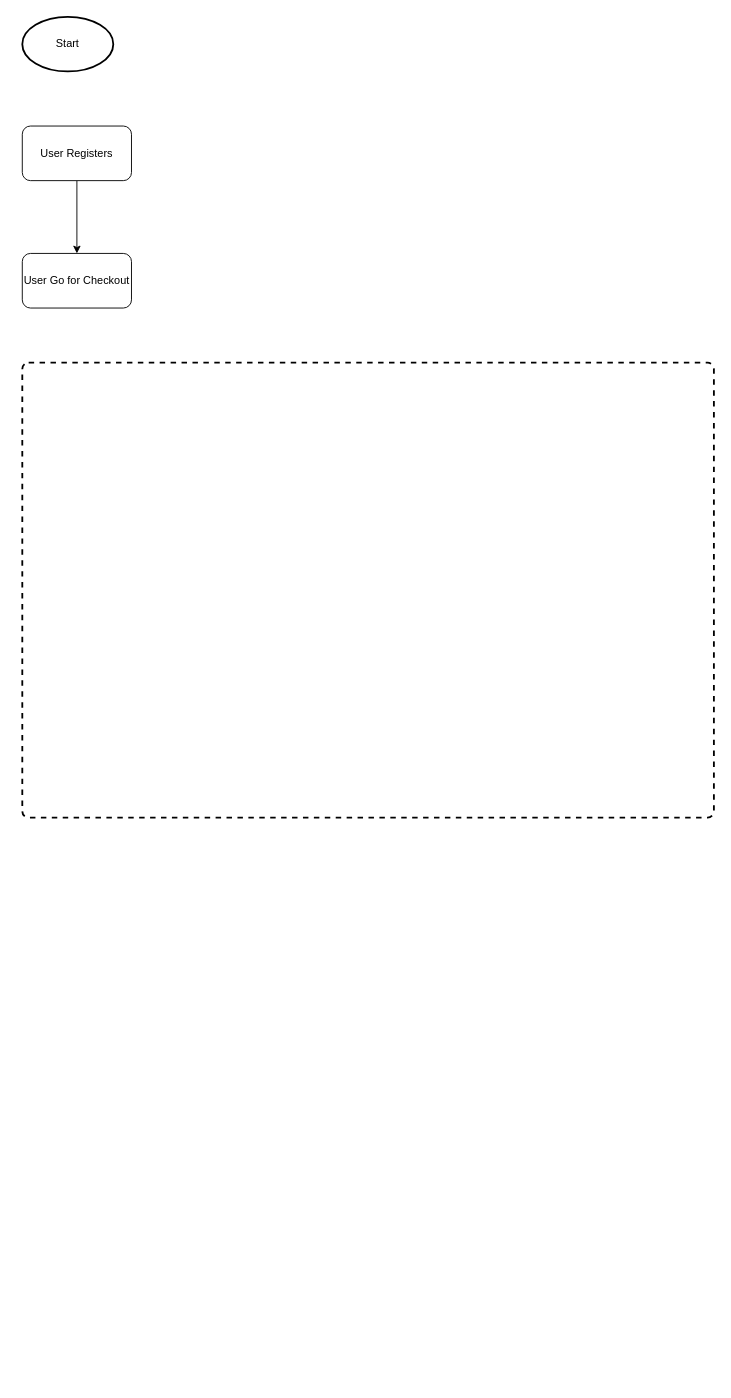
Earlier version of the draw.io diagram lockr-web-xero-api-flow.drawio (gulbitz/diagrams.net). Source tidied: cells renumbered, new cells numbered last; positions are measured from the earlier drawing's top-left corner, leaving out a move shared by most shapes. Both pictures are drawn from the tidied source at 91%, with x=0, y=0 at pixel (22, 16).
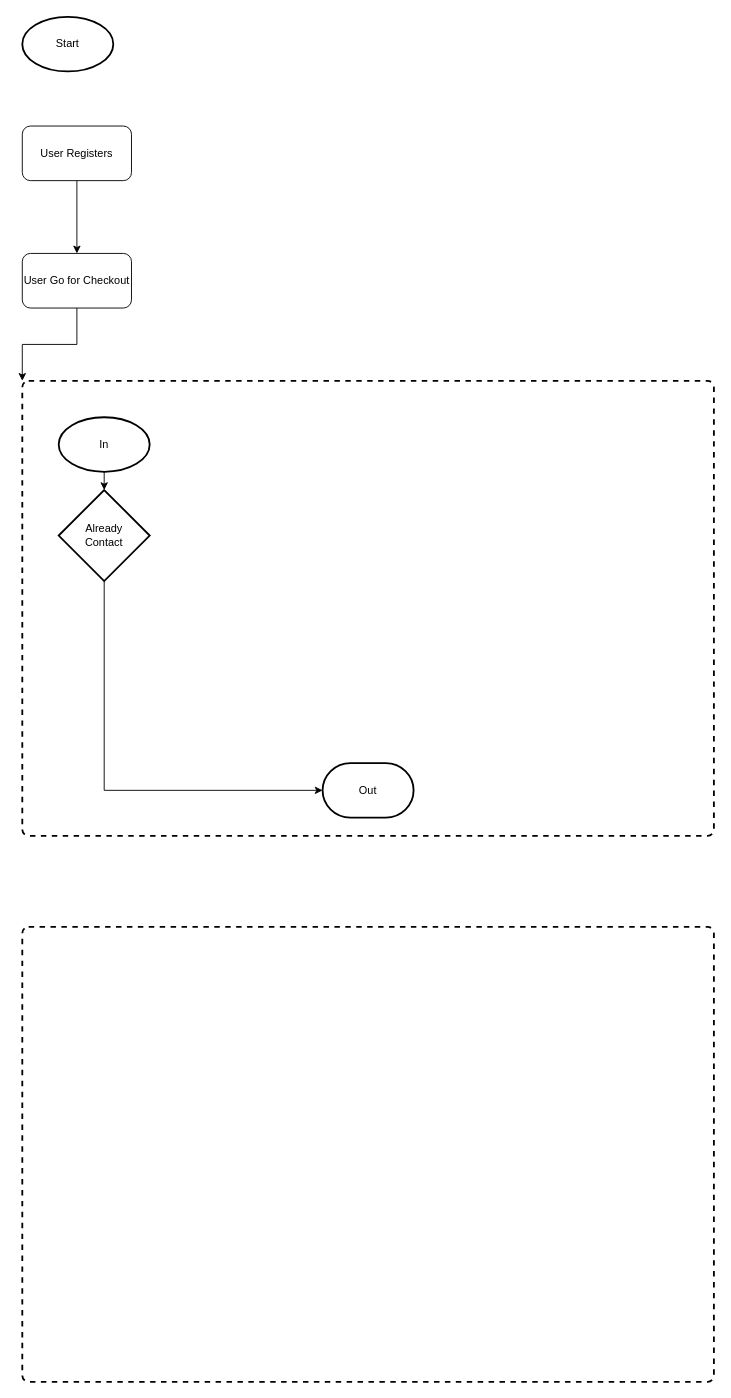
The same page after the edit.

Change to the diagram source:
```diff
@@
 <mxGraphModel>
   <root>
     <mxCell id="0" />
     <mxCell id="1" parent="0" />
     <mxCell id="2" style="edgeStyle=orthogonalEdgeStyle;rounded=0;jettySize=auto;html=1;" parent="1" edge="1" source="3" target="5">
       <mxGeometry relative="1" as="geometry" />
     </mxCell>
     <mxCell id="3" value="User Registers" style="rounded=1;whiteSpace=wrap;html=1;" parent="1" vertex="1">
       <mxGeometry y="120" width="120" height="60" as="geometry" />
     </mxCell>
     <mxCell id="4" value="Start" style="strokeWidth=2;html=1;shape=mxgraph.flowchart.start_1;whiteSpace=wrap;" parent="1" vertex="1">
       <mxGeometry width="100" height="60" as="geometry" />
     </mxCell>
+    <mxCell id="7" style="edgeStyle=orthogonalEdgeStyle;rounded=0;jettySize=auto;html=1;exitX=0.5;exitY=1;exitDx=0;exitDy=0;entryX=0;entryY=0;entryDx=0;entryDy=0;" parent="1" edge="1" source="5" target="6">
+      <mxGeometry relative="1" as="geometry" />
+    </mxCell>
     <mxCell id="5" value="User Go for Checkout" style="rounded=1;whiteSpace=wrap;html=1;" parent="1" vertex="1">
       <mxGeometry y="260" width="120" height="60" as="geometry" />
     </mxCell>
     <mxCell id="6" style="rounded=1;whiteSpace=wrap;html=1;absoluteArcSize=1;arcSize=14;strokeWidth=2;dashed=1;fillColor=none;" parent="1" vertex="1">
-      <mxGeometry y="380" width="760" height="500" as="geometry" />
+      <mxGeometry y="400" width="760" height="500" as="geometry" />
     </mxCell>
+    <mxCell id="8" value="Already&lt;br&gt;Contact" style="strokeWidth=2;html=1;shape=mxgraph.flowchart.decision;whiteSpace=wrap;" parent="1" vertex="1">
+      <mxGeometry x="40" y="520" width="100" height="100" as="geometry" />
+    </mxCell>
+    <mxCell id="9" style="rounded=1;whiteSpace=wrap;html=1;absoluteArcSize=1;arcSize=14;strokeWidth=2;dashed=1;fillColor=none;" parent="1" vertex="1">
+      <mxGeometry y="1000" width="760" height="500" as="geometry" />
+    </mxCell>
+    <mxCell id="10" value="Out" style="strokeWidth=2;html=1;shape=mxgraph.flowchart.terminator;whiteSpace=wrap;" parent="1" vertex="1">
+      <mxGeometry x="330" y="820" width="100" height="60" as="geometry" />
+    </mxCell>
+    <mxCell id="11" style="edgeStyle=orthogonalEdgeStyle;rounded=0;jettySize=auto;html=1;exitX=0.5;exitY=1;exitDx=0;exitDy=0;exitPerimeter=0;entryX=0;entryY=0.5;entryDx=0;entryDy=0;entryPerimeter=0;" parent="1" edge="1" source="8" target="10">
+      <mxGeometry relative="1" as="geometry" />
+    </mxCell>
+    <mxCell id="12" value="In" style="strokeWidth=2;html=1;shape=mxgraph.flowchart.start_1;whiteSpace=wrap;" parent="1" vertex="1">
+      <mxGeometry x="40" y="440" width="100" height="60" as="geometry" />
+    </mxCell>
+    <mxCell id="13" style="edgeStyle=orthogonalEdgeStyle;rounded=0;jettySize=auto;html=1;exitX=0.5;exitY=1;exitDx=0;exitDy=0;exitPerimeter=0;entryX=0.5;entryY=0;entryDx=0;entryDy=0;entryPerimeter=0;" parent="1" edge="1" source="12" target="8">
+      <mxGeometry relative="1" as="geometry" />
+    </mxCell>
   </root>
 </mxGraphModel>
```
